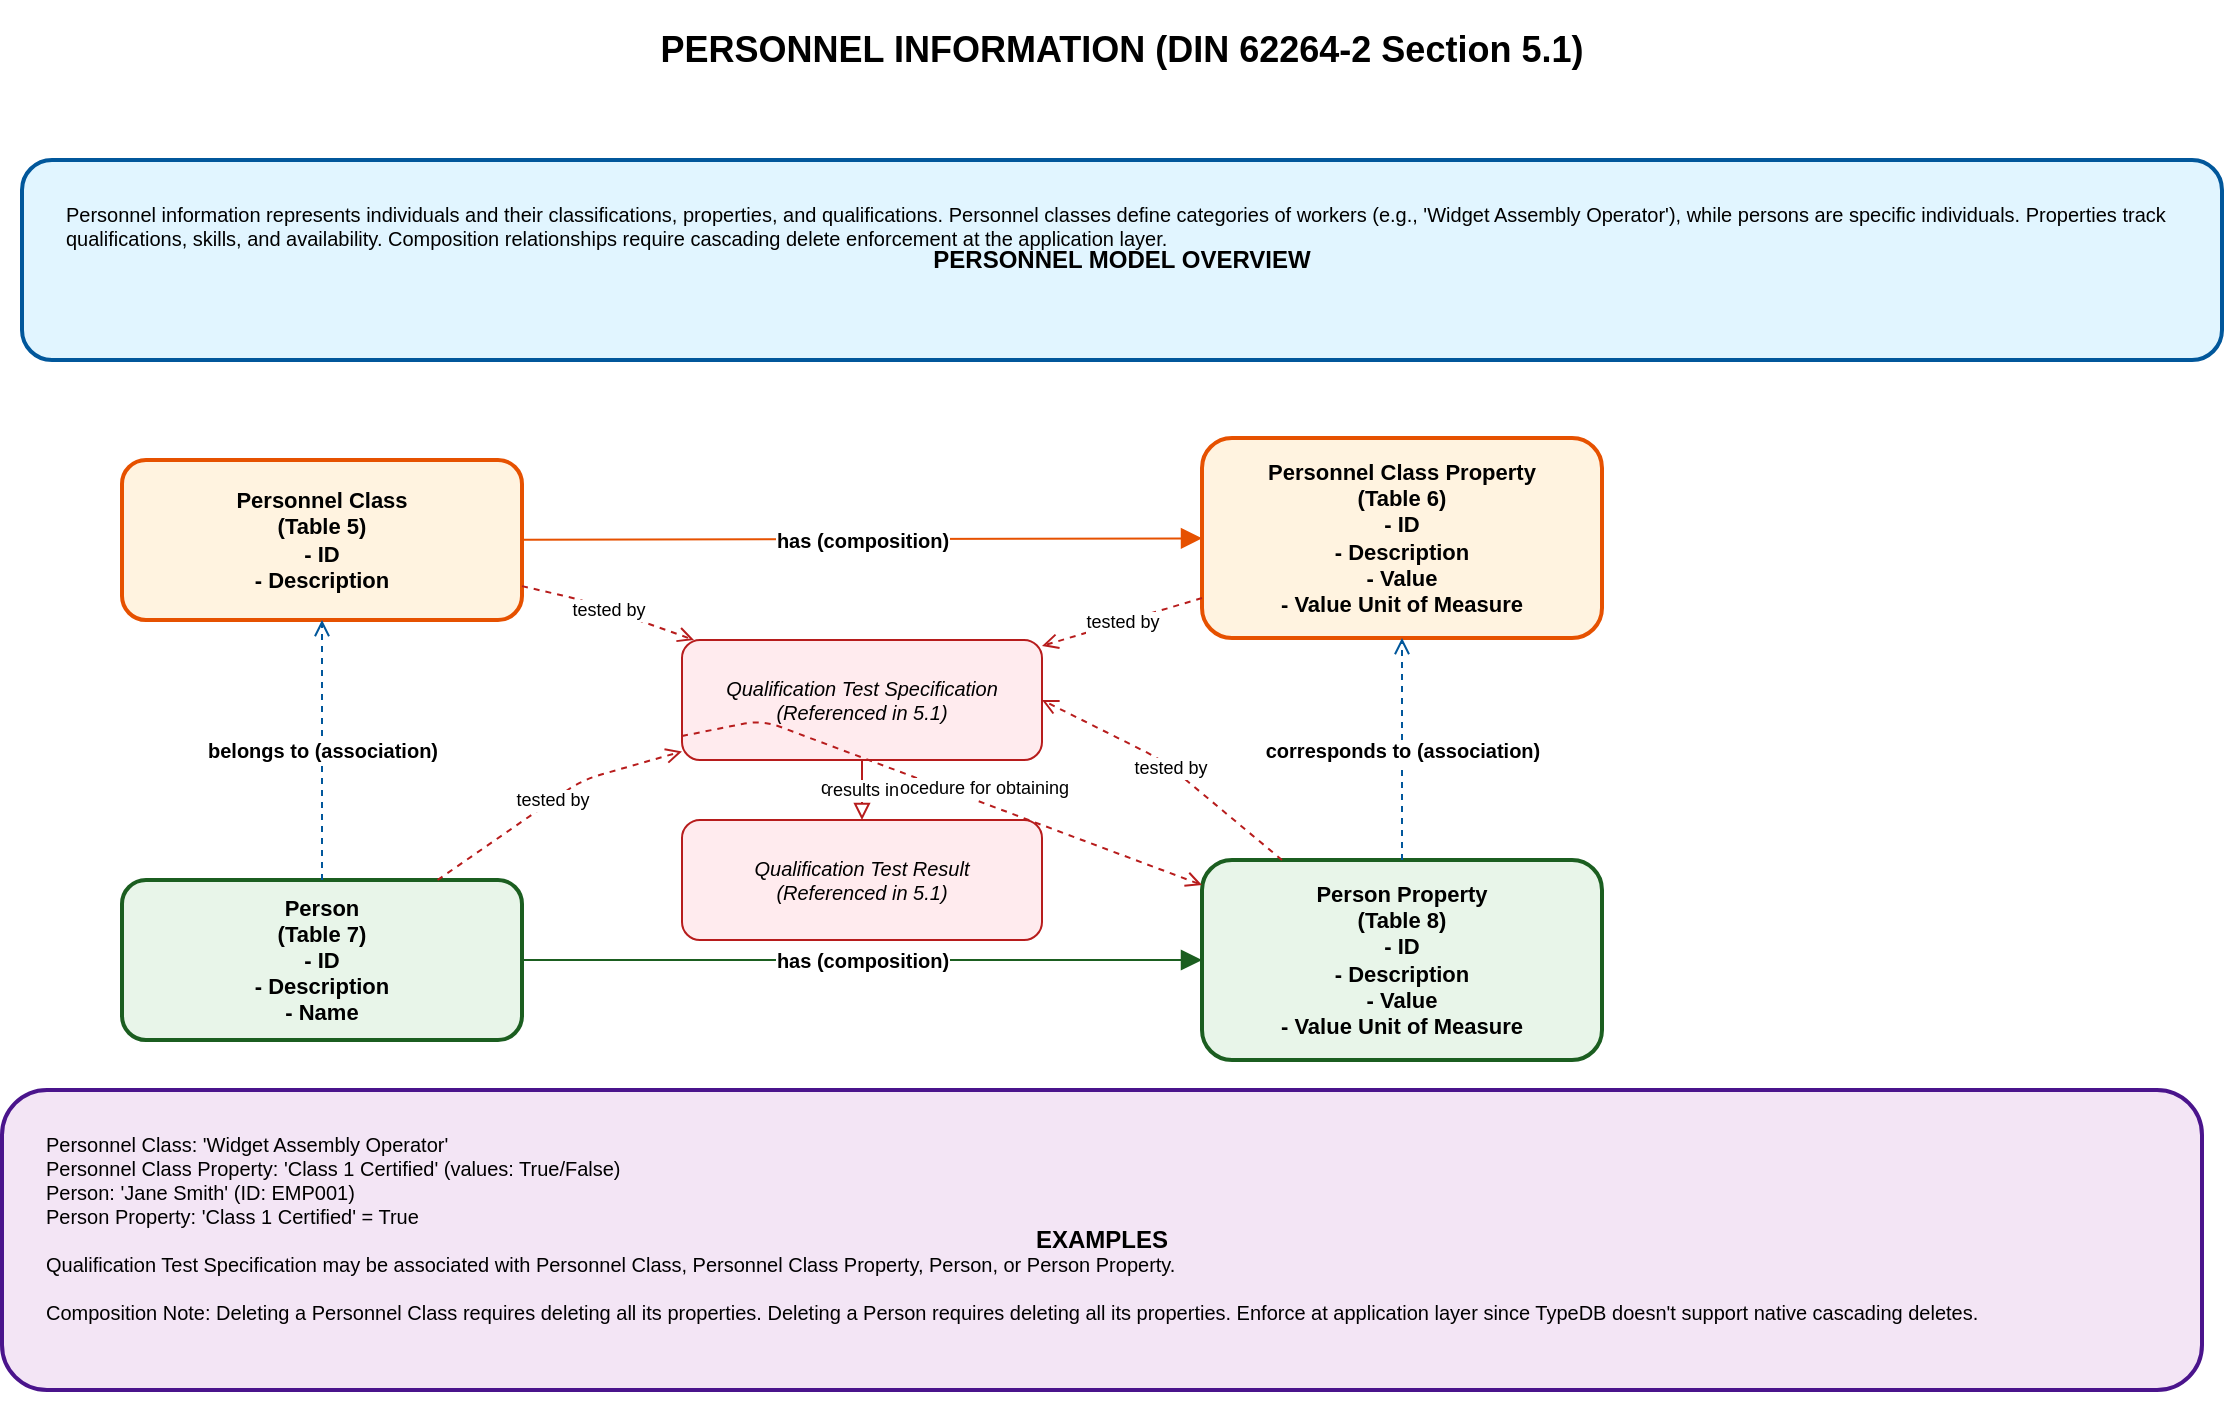
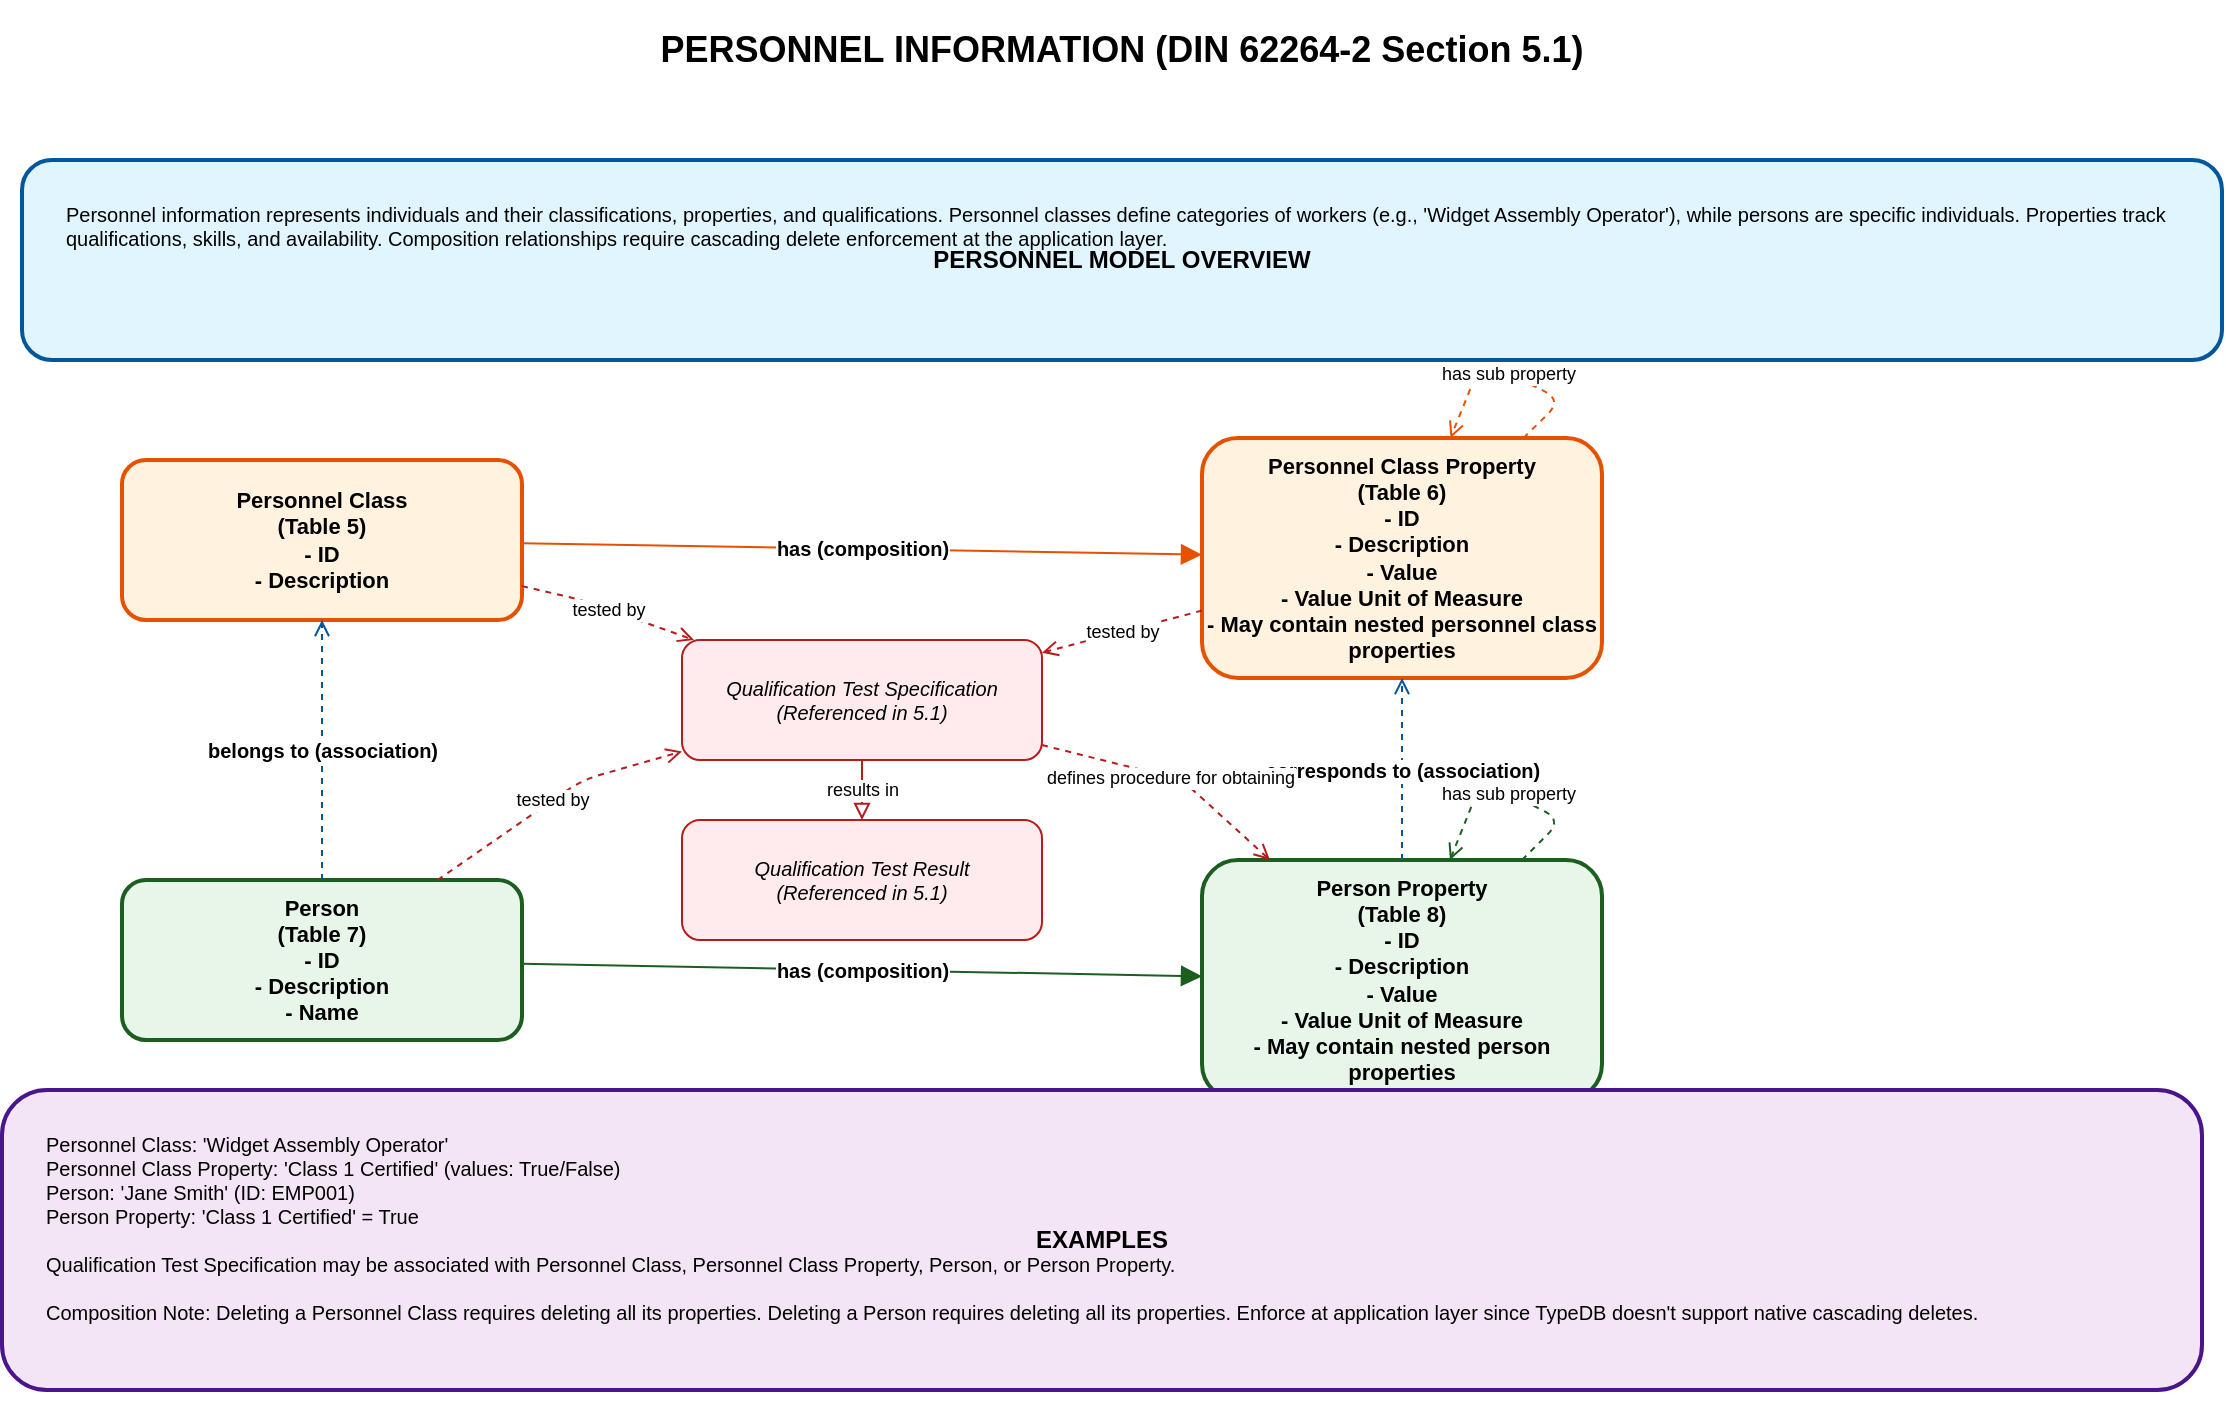
<mxfile host="65bd71144e">
    <diagram id="personnel_information" name="Personnel Information">
        <mxGraphModel dx="880" dy="396" grid="1" gridSize="10" guides="1" tooltips="1" connect="1" arrows="1" fold="1" page="1" pageScale="1" pageWidth="1200" pageHeight="1600" background="#ffffff" math="0" shadow="0">
            <root>
                <mxCell id="0"/>
                <mxCell id="1" parent="0"/>
                <mxCell id="title" value="PERSONNEL INFORMATION (DIN 62264-2 Section 5.1)" style="text;html=1;align=center;verticalAlign=middle;whiteSpace=wrap;rounded=0;fontSize=18;fontStyle=1;fillColor=none;strokeColor=none;" parent="1" vertex="1">
                    <mxGeometry x="50" y="20" width="1100" height="50" as="geometry"/>
                </mxCell>
                <mxCell id="definition_box" value="PERSONNEL MODEL OVERVIEW" style="rounded=1;whiteSpace=wrap;html=1;fillColor=#e1f5ff;strokeColor=#01579b;strokeWidth=2;fontSize=12;fontStyle=1;" parent="1" vertex="1">
                    <mxGeometry x="50" y="100" width="1100" height="100" as="geometry"/>
                </mxCell>
                <mxCell id="definition_text" value="Personnel information represents individuals and their classifications, properties, and qualifications. Personnel classes define categories of workers (e.g., &#39;Widget Assembly Operator&#39;), while persons are specific individuals. Properties track qualifications, skills, and availability. Composition relationships require cascading delete enforcement at the application layer." style="text;html=1;align=left;verticalAlign=top;whiteSpace=wrap;rounded=0;fontSize=10;fillColor=none;strokeColor=none;" parent="1" vertex="1">
                    <mxGeometry x="70" y="115" width="1060" height="80" as="geometry"/>
                </mxCell>
                <mxCell id="personnel_class" value="Personnel Class&#xa;(Table 5)&#xa;- ID&#xa;- Description" style="rounded=1;whiteSpace=wrap;html=1;fillColor=#fff3e0;strokeColor=#e65100;strokeWidth=2;fontSize=11;fontStyle=1;" parent="1" vertex="1">
                    <mxGeometry x="100" y="250" width="200" height="80" as="geometry"/>
                </mxCell>
-                 <mxCell id="personnel_class_prop" value="Personnel Class Property&#xa;(Table 6)&#xa;- ID&#xa;- Description&#xa;- Value&#xa;- Value Unit of Measure" style="rounded=1;whiteSpace=wrap;html=1;fillColor=#fff3e0;strokeColor=#e65100;strokeWidth=2;fontSize=11;fontStyle=1;" parent="1" vertex="1">
-                     <mxGeometry x="640" y="239" width="200" height="100" as="geometry"/>
+                 <mxCell id="personnel_class_prop" value="Personnel Class Property&#xa;(Table 6)&#xa;- ID&#xa;- Description&#xa;- Value&#xa;- Value Unit of Measure&#xa;- May contain nested personnel class properties" style="rounded=1;whiteSpace=wrap;html=1;fillColor=#fff3e0;strokeColor=#e65100;strokeWidth=2;fontSize=11;fontStyle=1;" parent="1" vertex="1">
+                     <mxGeometry x="640" y="239" width="200" height="120" as="geometry"/>
                </mxCell>
                <mxCell id="comp_arrow1" value="has (composition)" style="endArrow=block;html=1;fontSize=10;fontStyle=1;endFill=1;endSize=8;strokeColor=#e65100;" parent="1" source="personnel_class" target="personnel_class_prop" edge="1">
                    <mxGeometry width="50" height="50" relative="1" as="geometry">
                        <mxPoint x="300" y="290" as="sourcePoint"/>
                        <mxPoint x="350" y="290" as="targetPoint"/>
                    </mxGeometry>
                </mxCell>
+                 <mxCell id="nested_pc_prop" value="has sub property" style="endArrow=open;html=1;fontSize=9;dashed=1;strokeColor=#e65100;" parent="1" source="personnel_class_prop" target="personnel_class_prop" edge="1">
+                     <mxGeometry relative="1" as="geometry">
+                         <mxPoint x="760" y="260" as="targetPoint"/>
+                         <Array as="points">
+                             <mxPoint x="820" y="220"/>
+                             <mxPoint x="780" y="200"/>
+                         </Array>
+                     </mxGeometry>
+                 </mxCell>
                <mxCell id="person" value="Person&#xa;(Table 7)&#xa;- ID&#xa;- Description&#xa;- Name" style="rounded=1;whiteSpace=wrap;html=1;fillColor=#e8f5e9;strokeColor=#1b5e20;strokeWidth=2;fontSize=11;fontStyle=1;" parent="1" vertex="1">
                    <mxGeometry x="100" y="460" width="200" height="80" as="geometry"/>
                </mxCell>
-                 <mxCell id="person_prop" value="Person Property&#xa;(Table 8)&#xa;- ID&#xa;- Description&#xa;- Value&#xa;- Value Unit of Measure" style="rounded=1;whiteSpace=wrap;html=1;fillColor=#e8f5e9;strokeColor=#1b5e20;strokeWidth=2;fontSize=11;fontStyle=1;" parent="1" vertex="1">
-                     <mxGeometry x="640" y="450" width="200" height="100" as="geometry"/>
+                 <mxCell id="person_prop" value="Person Property&#xa;(Table 8)&#xa;- ID&#xa;- Description&#xa;- Value&#xa;- Value Unit of Measure&#xa;- May contain nested person properties" style="rounded=1;whiteSpace=wrap;html=1;fillColor=#e8f5e9;strokeColor=#1b5e20;strokeWidth=2;fontSize=11;fontStyle=1;" parent="1" vertex="1">
+                     <mxGeometry x="640" y="450" width="200" height="120" as="geometry"/>
                </mxCell>
                <mxCell id="comp_arrow2" value="has (composition)" style="endArrow=block;html=1;fontSize=10;fontStyle=1;endFill=1;endSize=8;strokeColor=#1b5e20;" parent="1" source="person" target="person_prop" edge="1">
                    <mxGeometry width="50" height="50" relative="1" as="geometry">
                        <mxPoint x="300" y="440" as="sourcePoint"/>
                        <mxPoint x="350" y="440" as="targetPoint"/>
+                     </mxGeometry>
+                 </mxCell>
+                 <mxCell id="nested_person_prop" value="has sub property" style="endArrow=open;html=1;fontSize=9;dashed=1;strokeColor=#1b5e20;" parent="1" source="person_prop" target="person_prop" edge="1">
+                     <mxGeometry relative="1" as="geometry">
+                         <mxPoint x="760" y="470" as="targetPoint"/>
+                         <Array as="points">
+                             <mxPoint x="820" y="430"/>
+                             <mxPoint x="780" y="410"/>
+                         </Array>
                    </mxGeometry>
                </mxCell>
                <mxCell id="assoc_arrow1" value="belongs to (association)" style="endArrow=open;html=1;fontSize=10;fontStyle=1;dashed=1;strokeColor=#01579b;" parent="1" source="person" target="personnel_class" edge="1">
                    <mxGeometry width="50" height="50" relative="1" as="geometry">
                        <mxPoint x="200" y="400" as="sourcePoint"/>
                        <mxPoint x="200" y="330" as="targetPoint"/>
                    </mxGeometry>
                </mxCell>
                <mxCell id="assoc_arrow2" value="corresponds to (association)" style="endArrow=open;html=1;fontSize=10;fontStyle=1;dashed=1;strokeColor=#01579b;" parent="1" source="person_prop" target="personnel_class_prop" edge="1">
                    <mxGeometry width="50" height="50" relative="1" as="geometry">
                        <mxPoint x="450" y="400" as="sourcePoint"/>
                        <mxPoint x="450" y="350" as="targetPoint"/>
                    </mxGeometry>
                </mxCell>
                <mxCell id="examples_box" value="EXAMPLES" style="rounded=1;whiteSpace=wrap;html=1;fillColor=#f3e5f5;strokeColor=#4a148c;strokeWidth=2;fontSize=12;fontStyle=1;" parent="1" vertex="1">
                    <mxGeometry x="40" y="565" width="1100" height="150" as="geometry"/>
                </mxCell>
                <mxCell id="examples_text" value="Personnel Class: &#39;Widget Assembly Operator&#39;&#xa;Personnel Class Property: &#39;Class 1 Certified&#39; (values: True/False)&#xa;Person: &#39;Jane Smith&#39; (ID: EMP001)&#xa;Person Property: &#39;Class 1 Certified&#39; = True&#xa;&#xa;Qualification Test Specification may be associated with Personnel Class, Personnel Class Property, Person, or Person Property.&#xa;&#xa;Composition Note: Deleting a Personnel Class requires deleting all its properties. Deleting a Person requires deleting all its properties. Enforce at application layer since TypeDB doesn&#39;t support native cascading deletes." style="text;html=1;align=left;verticalAlign=top;whiteSpace=wrap;rounded=0;fontSize=10;fillColor=none;strokeColor=none;" parent="1" vertex="1">
                    <mxGeometry x="60" y="580" width="1060" height="140" as="geometry"/>
                </mxCell>
                <mxCell id="qual_test_spec" value="Qualification Test Specification&#xa;(Referenced in 5.1)" style="rounded=1;whiteSpace=wrap;html=1;fillColor=#ffebee;strokeColor=#b71c1c;strokeWidth=1;fontSize=10;fontStyle=2;" parent="1" vertex="1">
                    <mxGeometry x="380" y="340" width="180" height="60" as="geometry"/>
                </mxCell>
                <mxCell id="qual_test_result" value="Qualification Test Result&#xa;(Referenced in 5.1)" style="rounded=1;whiteSpace=wrap;html=1;fillColor=#ffebee;strokeColor=#b71c1c;strokeWidth=1;fontSize=10;fontStyle=2;" parent="1" vertex="1">
                    <mxGeometry x="380" y="430" width="180" height="60" as="geometry"/>
                </mxCell>
                <mxCell id="qual_arrow1" value="tested by" style="endArrow=open;html=1;fontSize=9;dashed=1;strokeColor=#b71c1c;" parent="1" source="personnel_class_prop" target="qual_test_spec" edge="1">
                    <mxGeometry width="50" height="50" relative="1" as="geometry">
                        <mxPoint x="550" y="280" as="sourcePoint"/>
                        <mxPoint x="650" y="280" as="targetPoint"/>
                    </mxGeometry>
                </mxCell>
-                 <mxCell id="qual_arrow2" value="tested by" style="endArrow=open;html=1;fontSize=9;dashed=1;strokeColor=#b71c1c;entryX=1;entryY=0.5;entryDx=0;entryDy=0;" parent="1" source="person_prop" target="qual_test_spec" edge="1">
-                     <mxGeometry width="50" height="50" relative="1" as="geometry">
-                         <mxPoint x="300" y="420" as="sourcePoint"/>
-                         <mxPoint x="650" y="420" as="targetPoint"/>
-                         <Array as="points">
-                             <mxPoint x="620" y="400"/>
-                         </Array>
-                     </mxGeometry>
-                 </mxCell>
-                 <mxCell id="qual_arrow2b" value="defines procedure for obtaining" style="endArrow=open;html=1;fontSize=9;dashed=1;strokeColor=#b71c1c;" parent="1" source="qual_test_spec" target="person_prop" edge="1">
+                 <mxCell id="qual_arrow2b" value="defines procedure for obtaining" style="endArrow=open;html=1;fontSize=9;dashed=1;strokeColor=#b71c1c;" edge="1" parent="1" source="qual_test_spec" target="person_prop">
                    <mxGeometry width="50" height="50" relative="1" as="geometry">
                        <mxPoint x="520" y="355" as="sourcePoint"/>
                        <mxPoint x="350" y="420" as="targetPoint"/>
                        <Array as="points">
-                             <mxPoint x="420" y="380"/>
+                             <mxPoint x="630" y="410"/>
                        </Array>
                    </mxGeometry>
                </mxCell>
-                 <mxCell id="qual_arrow2c" value="tested by" style="endArrow=open;html=1;fontSize=9;dashed=1;strokeColor=#b71c1c;" parent="1" source="person" target="qual_test_spec" edge="1">
+                 <mxCell id="qual_arrow2c" value="tested by" style="endArrow=open;html=1;fontSize=9;dashed=1;strokeColor=#b71c1c;" edge="1" parent="1" source="person" target="qual_test_spec">
                    <mxGeometry width="50" height="50" relative="1" as="geometry">
                        <mxPoint x="220" y="430" as="sourcePoint"/>
                        <mxPoint x="420" y="360" as="targetPoint"/>
                        <Array as="points">
                            <mxPoint x="330" y="410"/>
                        </Array>
                    </mxGeometry>
                </mxCell>
-                 <mxCell id="qual_arrow2d" value="tested by" style="endArrow=open;html=1;fontSize=9;dashed=1;strokeColor=#b71c1c;" parent="1" source="personnel_class" target="qual_test_spec" edge="1">
+                 <mxCell id="qual_arrow2d" value="tested by" style="endArrow=open;html=1;fontSize=9;dashed=1;strokeColor=#b71c1c;" edge="1" parent="1" source="personnel_class" target="qual_test_spec">
                    <mxGeometry width="50" height="50" relative="1" as="geometry">
                        <mxPoint x="220" y="290" as="sourcePoint"/>
                        <mxPoint x="420" y="360" as="targetPoint"/>
                        <Array as="points">
                            <mxPoint x="330" y="320"/>
                        </Array>
                    </mxGeometry>
                </mxCell>
                <mxCell id="qual_arrow3" value="results in" style="endArrow=block;html=1;fontSize=9;endFill=0;strokeColor=#b71c1c;" parent="1" source="qual_test_spec" target="qual_test_result" edge="1">
                    <mxGeometry width="50" height="50" relative="1" as="geometry">
                        <mxPoint x="740" y="310" as="sourcePoint"/>
                        <mxPoint x="740" y="330" as="targetPoint"/>
                    </mxGeometry>
                </mxCell>
            </root>
        </mxGraphModel>
    </diagram>
</mxfile>